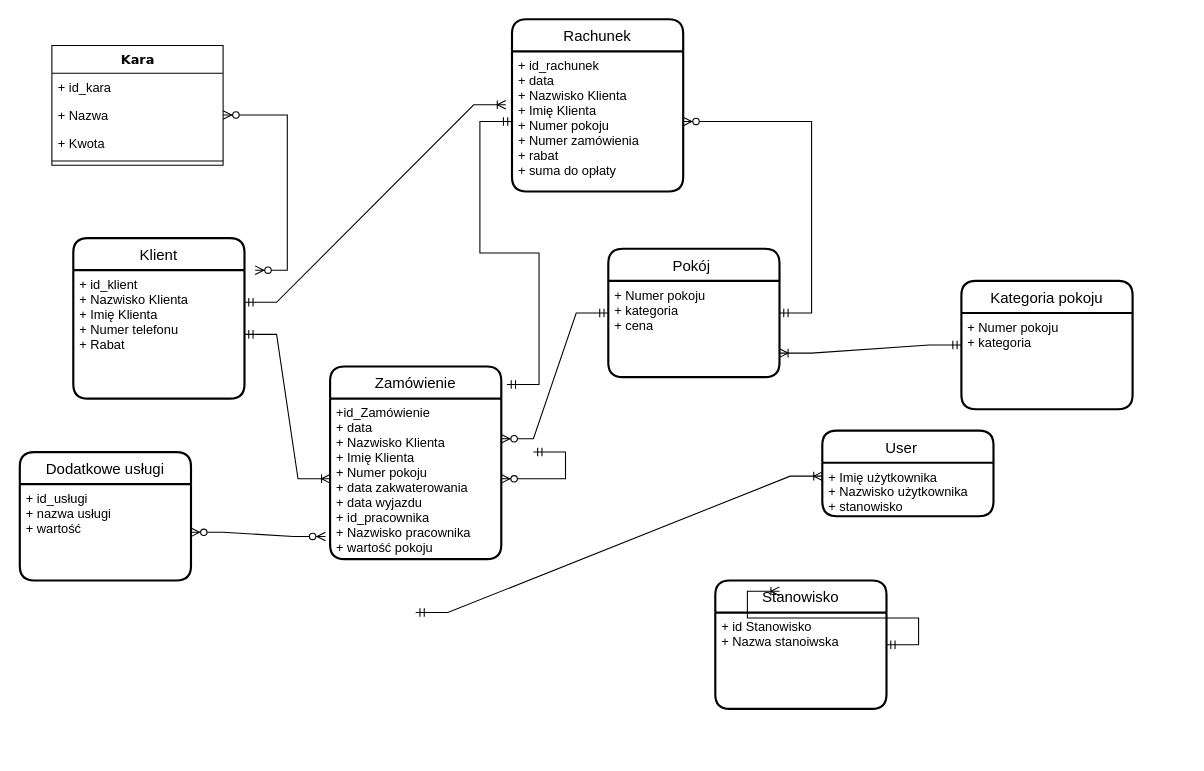
The draw.io diagram Hotel California.drawio in DemskyiDm/Horyzont, before the edit. Source tidied: cells renumbered, new cells numbered last; positions are measured from the earlier drawing's top-left corner, leaving out a move shared by most shapes. Both pictures are drawn from the tidied source at 107%, with x=0, y=0 at pixel (19, 19).
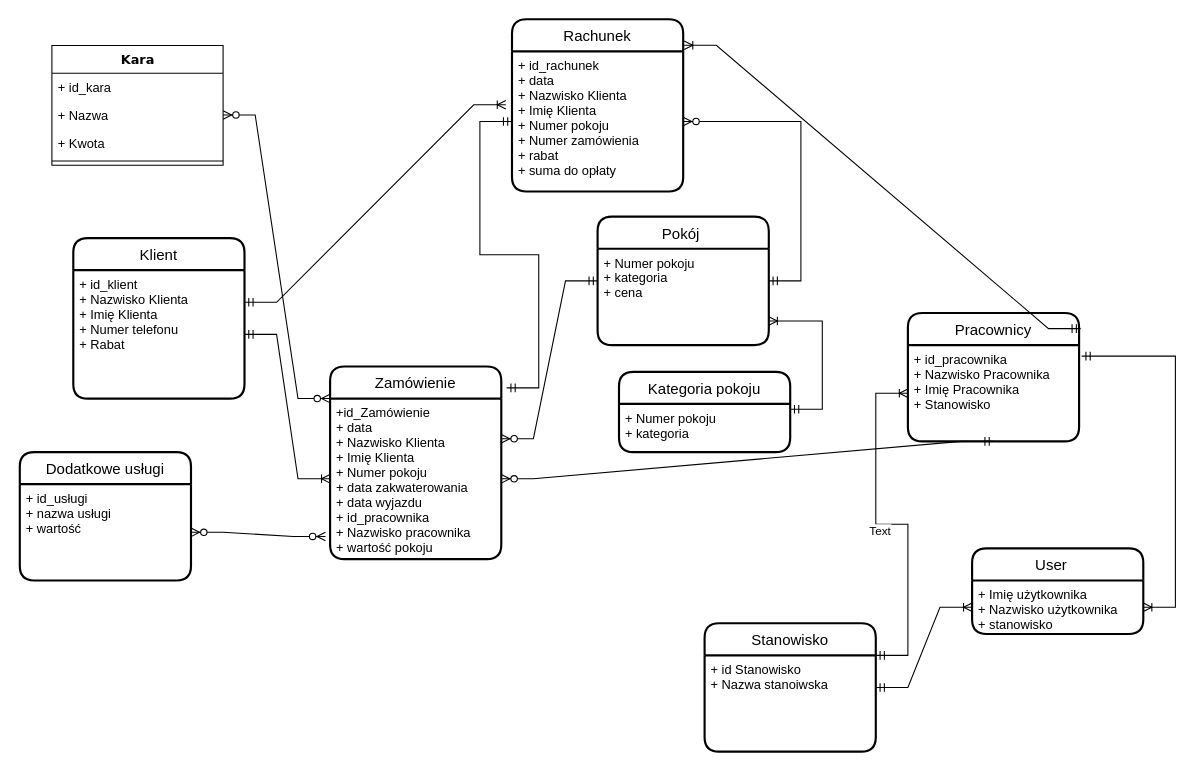
After the change.

The change refers to these unchanged cells:
```xml
<mxCell id="4" value="+ Nazwa" style="text;html=1;strokeColor=none;fillColor=none;align=left;verticalAlign=top;spacingLeft=4;spacingRight=4;whiteSpace=wrap;overflow=hidden;points=[[0,0.5],[1,0.5]];portConstraint=eastwest;" parent="2" vertex="1">
  <mxGeometry y="52" width="160" height="26" as="geometry" />
</mxCell>
<mxCell id="10" value="Zamówienie" style="swimlane;horizontal=1;startSize=30;rounded=1;fontSize=14;fontStyle=0;strokeWidth=2;shadow=0;dashed=0;align=center;" parent="1" vertex="1">
  <mxGeometry x="290" y="324" width="160" height="180" as="geometry" />
</mxCell>
<mxCell id="11" value="+id_Zamówienie&#10;+ data&#10;+ Nazwisko Klienta&#10;+ Imię Klienta&#10;+ Numer pokoju&#10;+ data zakwaterowania&#10;+ data wyjazdu&#10;+ id_pracownika&#10;+ Nazwisko pracownika&#10;+ wartość pokoju" style="align=left;strokeColor=none;fillColor=none;spacingLeft=4;fontSize=12;verticalAlign=top;" parent="10" vertex="1">
  <mxGeometry y="30" width="160" height="150" as="geometry" />
</mxCell>
<mxCell id="14" value="+ Numer pokoju&#10;+ kategoria&#10;+ cena" style="align=left;strokeColor=none;fillColor=none;spacingLeft=4;fontSize=12;verticalAlign=top;" parent="13" vertex="1">
  <mxGeometry y="30" width="160" height="90" as="geometry" />
</mxCell>
<mxCell id="24" value="+ Imię użytkownika&#10;+ Nazwisko użytkownika&#10;+ stanowisko&#10;" style="align=left;strokeColor=none;fillColor=none;spacingLeft=4;fontSize=12;verticalAlign=top;" parent="23" vertex="1">
  <mxGeometry y="30" width="160" height="50" as="geometry" />
</mxCell>
<mxCell id="27" value="+ id Stanowisko&#10;+ Nazwa stanoiwska" style="align=left;strokeColor=none;fillColor=none;spacingLeft=4;fontSize=12;verticalAlign=top;" parent="26" vertex="1">
  <mxGeometry y="30" width="160" height="90" as="geometry" />
</mxCell>
<mxCell id="29" value="Rachunek" style="swimlane;horizontal=1;startSize=30;rounded=1;fontSize=14;fontStyle=0;strokeWidth=2;shadow=0;dashed=0;align=center;" parent="1" vertex="1">
  <mxGeometry x="460" y="-0.5" width="160" height="161" as="geometry" />
</mxCell>
<mxCell id="30" value="+ id_rachunek&#10;+ data&#10;+ Nazwisko Klienta&#10;+ Imię Klienta&#10;+ Numer pokoju&#10;+ Numer zamówienia&#10;+ rabat&#10;+ suma do opłaty" style="align=left;strokeColor=none;fillColor=none;spacingLeft=4;fontSize=12;verticalAlign=top;" parent="29" vertex="1">
  <mxGeometry y="30" width="160" height="131" as="geometry" />
</mxCell>
```

Diff of the diagram source:
```diff
@@
-    <mxCell id="9" style="edgeStyle=entityRelationEdgeStyle;fontSize=12;html=1;endArrow=ERzeroToMany;endFill=1;startArrow=ERzeroToMany;rounded=0;entryX=1;entryY=0.5;entryDx=0;entryDy=0;" parent="1" edge="1" target="4">
-      <mxGeometry relative="1" as="geometry">
-        <mxPoint x="220" y="234" as="sourcePoint" />
-      </mxGeometry>
-    </mxCell>
@@
     <mxCell id="13" value="Pokój " style="swimlane;horizontal=1;startSize=30;rounded=1;fontSize=14;fontStyle=0;strokeWidth=2;shadow=0;dashed=0;align=center;" parent="1" vertex="1">
-      <mxGeometry x="550" y="214" width="160" height="120" as="geometry" />
+      <mxGeometry x="540" y="184" width="160" height="120" as="geometry" />
     </mxCell>
@@
-    <mxCell id="16" style="edgeStyle=entityRelationEdgeStyle;fontSize=12;html=1;endArrow=ERzeroToMany;startArrow=ERmandOne;rounded=0;exitX=0;exitY=0.5;exitDx=0;exitDy=0;" parent="1" edge="1" target="11">
-      <mxGeometry relative="1" as="geometry">
-        <mxPoint x="480" y="404" as="sourcePoint" />
-      </mxGeometry>
+    <mxCell id="16" style="edgeStyle=entityRelationEdgeStyle;fontSize=12;html=1;endArrow=ERzeroToMany;startArrow=ERmandOne;rounded=0;exitX=0.5;exitY=1;exitDx=0;exitDy=0;" parent="1" edge="1" source="35" target="11">
+      <mxGeometry relative="1" as="geometry" />
     </mxCell>
     <mxCell id="17" value="Kategoria pokoju" style="swimlane;horizontal=1;startSize=30;rounded=1;fontSize=14;fontStyle=0;strokeWidth=2;shadow=0;dashed=0;align=center;" parent="1" vertex="1">
-      <mxGeometry x="880" y="244" width="160" height="120" as="geometry" />
+      <mxGeometry x="560" y="329" width="160" height="75" as="geometry" />
     </mxCell>
     <mxCell id="18" value="+ Numer pokoju&#10;+ kategoria" style="align=left;strokeColor=none;fillColor=none;spacingLeft=4;fontSize=12;verticalAlign=top;" parent="17" vertex="1">
-      <mxGeometry y="30" width="160" height="90" as="geometry" />
+      <mxGeometry y="30" width="160" height="45" as="geometry" />
     </mxCell>
-    <mxCell id="19" style="edgeStyle=entityRelationEdgeStyle;fontSize=12;html=1;endArrow=ERoneToMany;startArrow=ERmandOne;rounded=0;entryX=1;entryY=0.75;entryDx=0;entryDy=0;exitX=0;exitY=0.5;exitDx=0;exitDy=0;" parent="1" edge="1" source="17" target="14">
-      <mxGeometry relative="1" as="geometry" />
+    <mxCell id="19" style="edgeStyle=entityRelationEdgeStyle;fontSize=12;html=1;endArrow=ERoneToMany;startArrow=ERmandOne;rounded=0;entryX=1;entryY=0.75;entryDx=0;entryDy=0;" parent="1" edge="1" target="14">
+      <mxGeometry relative="1" as="geometry">
+        <mxPoint x="720" y="364" as="sourcePoint" />
+      </mxGeometry>
     </mxCell>
@@
     <mxCell id="23" value="User   " style="swimlane;horizontal=1;startSize=30;rounded=1;fontSize=14;fontStyle=0;strokeWidth=2;shadow=0;dashed=0;align=center;" parent="1" vertex="1">
-      <mxGeometry x="750" y="384" width="160" height="80" as="geometry" />
+      <mxGeometry x="890" y="494" width="160" height="80" as="geometry" />
     </mxCell>
@@
-    <mxCell id="25" style="edgeStyle=entityRelationEdgeStyle;fontSize=12;html=1;endArrow=ERoneToMany;startArrow=ERmandOne;rounded=0;entryX=0;entryY=0.25;entryDx=0;entryDy=0;exitX=1;exitY=0.25;exitDx=0;exitDy=0;" parent="1" edge="1" target="24">
-      <mxGeometry relative="1" as="geometry">
-        <mxPoint x="370" y="554" as="sourcePoint" />
-      </mxGeometry>
-    </mxCell>
     <mxCell id="26" value="Stanowisko" style="swimlane;horizontal=1;startSize=30;rounded=1;fontSize=14;fontStyle=0;strokeWidth=2;shadow=0;dashed=0;align=center;" parent="1" vertex="1">
-      <mxGeometry x="650" y="524" width="160" height="120" as="geometry" />
+      <mxGeometry x="640" y="564" width="160" height="120" as="geometry" />
     </mxCell>
@@
-    <mxCell id="28" style="edgeStyle=entityRelationEdgeStyle;fontSize=12;html=1;endArrow=ERoneToMany;startArrow=ERmandOne;rounded=0;entryX=1;entryY=0.75;entryDx=0;entryDy=0;" parent="1" edge="1" source="26">
-      <mxGeometry relative="1" as="geometry">
-        <mxPoint x="710" y="534" as="targetPoint" />
-      </mxGeometry>
+    <mxCell id="28" style="edgeStyle=entityRelationEdgeStyle;fontSize=12;html=1;endArrow=ERoneToMany;startArrow=ERmandOne;rounded=0;" parent="1" edge="1" source="26" target="24">
+      <mxGeometry relative="1" as="geometry" />
     </mxCell>
@@
-    <mxCell id="32" style="edgeStyle=entityRelationEdgeStyle;fontSize=12;html=1;endArrow=ERmandOne;startArrow=ERmandOne;rounded=0;exitX=1.033;exitY=0.094;exitDx=0;exitDy=0;exitPerimeter=0;" parent="1" edge="1" source="10" target="30">
-      <mxGeometry relative="1" as="geometry" />
+    <mxCell id="32" style="edgeStyle=entityRelationEdgeStyle;fontSize=12;html=1;endArrow=ERmandOne;startArrow=ERmandOne;rounded=0;" parent="1" edge="1" target="30">
+      <mxGeometry relative="1" as="geometry">
+        <mxPoint x="455" y="344" as="sourcePoint" />
+      </mxGeometry>
     </mxCell>
@@
+    <mxCell id="34" value="Pracownicy" style="swimlane;horizontal=1;startSize=30;rounded=1;fontSize=14;fontStyle=0;strokeWidth=2;shadow=0;dashed=0;align=center;" parent="1" vertex="1">
+      <mxGeometry x="830" y="274" width="160" height="120" as="geometry" />
+    </mxCell>
+    <mxCell id="35" value="+ id_pracownika&#10;+ Nazwisko Pracownika&#10;+ Imię Pracownika&#10;+ Stanowisko" style="align=left;strokeColor=none;fillColor=none;spacingLeft=4;fontSize=12;verticalAlign=top;" parent="34" vertex="1">
+      <mxGeometry y="30" width="160" height="90" as="geometry" />
+    </mxCell>
+    <mxCell id="25" style="edgeStyle=entityRelationEdgeStyle;fontSize=12;html=1;endArrow=ERoneToMany;startArrow=ERmandOne;rounded=0;exitX=1.015;exitY=0.115;exitDx=0;exitDy=0;exitPerimeter=0;" parent="1" edge="1" source="35" target="24">
+      <mxGeometry relative="1" as="geometry" />
+    </mxCell>
+    <mxCell id="36" style="edgeStyle=entityRelationEdgeStyle;fontSize=12;html=1;endArrow=ERoneToMany;startArrow=ERmandOne;rounded=0;exitX=1;exitY=0;exitDx=0;exitDy=0;" parent="1" edge="1" source="27" target="35">
+      <mxGeometry relative="1" as="geometry" />
+    </mxCell>
+    <mxCell id="37" value="Text" style="edgeLabel;html=1;align=center;verticalAlign=middle;" parent="36" vertex="1">
+      <mxGeometry x="0.06" y="6" relative="1" as="geometry">
+        <mxPoint x="-1" as="offset" />
+      </mxGeometry>
+    </mxCell>
+    <mxCell id="38" style="edgeStyle=entityRelationEdgeStyle;fontSize=12;html=1;endArrow=ERoneToMany;startArrow=ERmandOne;rounded=0;exitX=1.009;exitY=0.122;exitDx=0;exitDy=0;exitPerimeter=0;entryX=1.006;entryY=0.151;entryDx=0;entryDy=0;entryPerimeter=0;" parent="1" edge="1" source="34" target="29">
+      <mxGeometry relative="1" as="geometry" />
+    </mxCell>
+    <mxCell id="9" style="edgeStyle=entityRelationEdgeStyle;fontSize=12;html=1;endArrow=ERzeroToMany;endFill=1;startArrow=ERzeroToMany;rounded=0;entryX=1;entryY=0.5;entryDx=0;entryDy=0;exitX=0;exitY=0;exitDx=0;exitDy=0;" parent="1" edge="1" source="11" target="4">
+      <mxGeometry relative="1" as="geometry" />
+    </mxCell>
```
